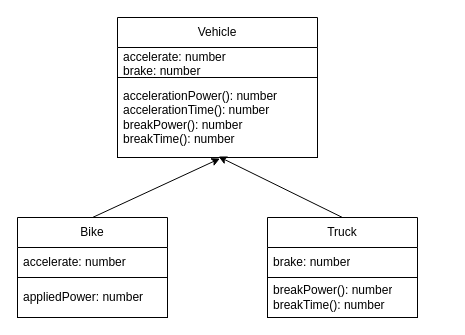
KaitlynIp64/ICS4U-Unit2-Kaitlyn-Ip keeps this draw.io diagram as Unit2-09/Designs/cd.drawio. Above is the earlier version. Source tidied: cells renumbered, new cells numbered last; positions are measured from the earlier drawing's top-left corner, leaving out a move shared by most shapes. Both pictures are drawn from the tidied source at 100%, with x=0, y=0 at pixel (17, 17).
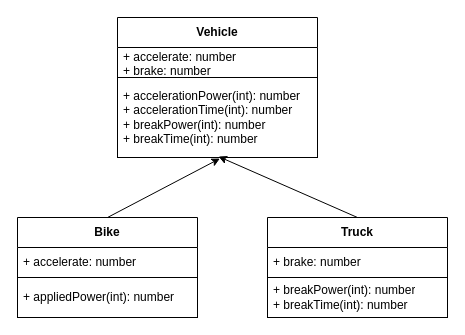
After the change.

Change to the diagram source:
```diff
@@
 <mxGraphModel>
   <root>
     <mxCell id="0" />
     <mxCell id="1" parent="0" />
-    <mxCell id="2" value="Vehicle" style="swimlane;fontStyle=0;horizontal=1;startSize=30;whiteSpace=wrap;html=1;strokeColor=#000000;" parent="1" vertex="1">
+    <mxCell id="2" value="&lt;b&gt;Vehicle&lt;/b&gt;" style="swimlane;fontStyle=0;horizontal=1;startSize=30;whiteSpace=wrap;html=1;strokeColor=#000000;" parent="1" vertex="1">
       <mxGeometry x="100" width="200" height="140" as="geometry" />
     </mxCell>
-    <mxCell id="3" value="accelerate: number&lt;br&gt;brake: number" style="text;strokeColor=none;fillColor=none;align=left;verticalAlign=middle;spacingLeft=4;spacingRight=4;overflow=hidden;whiteSpace=wrap;html=1;" parent="2" vertex="1">
+    <mxCell id="3" value="+ accelerate: number&lt;br&gt;+ brake: number" style="text;strokeColor=none;fillColor=none;align=left;verticalAlign=middle;spacingLeft=4;spacingRight=4;overflow=hidden;whiteSpace=wrap;html=1;" parent="2" vertex="1">
       <mxGeometry y="30" width="200" height="30" as="geometry" />
     </mxCell>
-    <mxCell id="4" value="accelerationPower(): number&lt;br&gt;accelerationTime(): number&lt;br&gt;breakPower(): number&lt;br&gt;breakTime(): number" style="text;strokeColor=#000000;fillColor=none;align=left;verticalAlign=middle;spacingLeft=4;spacingRight=4;overflow=hidden;points=[[0,0.5],[1,0.5]];portConstraint=eastwest;whiteSpace=wrap;html=1;" parent="2" vertex="1">
+    <mxCell id="4" value="+ accelerationPower(int): number&lt;br&gt;+ accelerationTime(int): number&lt;br&gt;+ breakPower(int): number&lt;br&gt;+ breakTime(int): number" style="text;strokeColor=#000000;fillColor=none;align=left;verticalAlign=middle;spacingLeft=4;spacingRight=4;overflow=hidden;points=[[0,0.5],[1,0.5]];portConstraint=eastwest;whiteSpace=wrap;html=1;" parent="2" vertex="1">
       <mxGeometry y="60" width="200" height="80" as="geometry" />
     </mxCell>
     <mxCell id="5" style="edgeStyle=none;html=1;exitX=0.5;exitY=0;exitDx=0;exitDy=0;entryX=0.505;entryY=0.988;entryDx=0;entryDy=0;entryPerimeter=0;" parent="1" edge="1" source="6" target="4">
       <mxGeometry relative="1" as="geometry" />
     </mxCell>
-    <mxCell id="6" value="Truck" style="swimlane;fontStyle=0;horizontal=1;startSize=30;whiteSpace=wrap;html=1;strokeColor=#000000;" parent="1" vertex="1">
-      <mxGeometry x="250" y="200" width="150" height="100" as="geometry" />
+    <mxCell id="6" value="&lt;b&gt;Truck&lt;/b&gt;" style="swimlane;fontStyle=0;horizontal=1;startSize=30;whiteSpace=wrap;html=1;strokeColor=#000000;" parent="1" vertex="1">
+      <mxGeometry x="250" y="200" width="180" height="100" as="geometry" />
     </mxCell>
-    <mxCell id="7" value="brake: number" style="text;strokeColor=none;fillColor=none;align=left;verticalAlign=middle;spacingLeft=4;spacingRight=4;overflow=hidden;whiteSpace=wrap;html=1;" parent="6" vertex="1">
-      <mxGeometry y="30" width="150" height="30" as="geometry" />
+    <mxCell id="7" value="+ brake: number" style="text;strokeColor=none;fillColor=none;align=left;verticalAlign=middle;spacingLeft=4;spacingRight=4;overflow=hidden;whiteSpace=wrap;html=1;" parent="6" vertex="1">
+      <mxGeometry y="30" width="180" height="30" as="geometry" />
     </mxCell>
-    <mxCell id="8" value="breakPower(): number&lt;br&gt;breakTime(): number" style="text;strokeColor=#000000;fillColor=none;align=left;verticalAlign=middle;spacingLeft=4;spacingRight=4;overflow=hidden;whiteSpace=wrap;html=1;" parent="6" vertex="1">
-      <mxGeometry y="60" width="150" height="40" as="geometry" />
+    <mxCell id="8" value="+ breakPower(int): number&lt;br&gt;+ breakTime(int): number" style="text;strokeColor=#000000;fillColor=none;align=left;verticalAlign=middle;spacingLeft=4;spacingRight=4;overflow=hidden;whiteSpace=wrap;html=1;" parent="6" vertex="1">
+      <mxGeometry y="60" width="180" height="40" as="geometry" />
     </mxCell>
     <mxCell id="9" style="edgeStyle=none;html=1;exitX=0.5;exitY=0;exitDx=0;exitDy=0;entryX=0.512;entryY=1.013;entryDx=0;entryDy=0;entryPerimeter=0;" parent="1" edge="1" source="10" target="4">
       <mxGeometry relative="1" as="geometry" />
     </mxCell>
-    <mxCell id="10" value="Bike" style="swimlane;fontStyle=0;horizontal=1;startSize=30;whiteSpace=wrap;html=1;strokeColor=#000000;" parent="1" vertex="1">
-      <mxGeometry y="200" width="150" height="100" as="geometry" />
+    <mxCell id="10" value="&lt;b&gt;Bike&lt;/b&gt;" style="swimlane;fontStyle=0;horizontal=1;startSize=30;whiteSpace=wrap;html=1;strokeColor=#000000;" parent="1" vertex="1">
+      <mxGeometry y="200" width="180" height="100" as="geometry" />
     </mxCell>
-    <mxCell id="11" value="accelerate: number" style="text;strokeColor=none;fillColor=none;align=left;verticalAlign=middle;spacingLeft=4;spacingRight=4;overflow=hidden;whiteSpace=wrap;html=1;" parent="10" vertex="1">
-      <mxGeometry y="30" width="150" height="30" as="geometry" />
+    <mxCell id="11" value="+ accelerate: number" style="text;strokeColor=none;fillColor=none;align=left;verticalAlign=middle;spacingLeft=4;spacingRight=4;overflow=hidden;whiteSpace=wrap;html=1;" parent="10" vertex="1">
+      <mxGeometry y="30" width="180" height="30" as="geometry" />
     </mxCell>
-    <mxCell id="12" value="appliedPower: number" style="text;strokeColor=#000000;fillColor=none;align=left;verticalAlign=middle;spacingLeft=4;spacingRight=4;overflow=hidden;whiteSpace=wrap;html=1;" parent="10" vertex="1">
-      <mxGeometry y="60" width="150" height="40" as="geometry" />
+    <mxCell id="12" value="+ appliedPower(int): number" style="text;strokeColor=#000000;fillColor=none;align=left;verticalAlign=middle;spacingLeft=4;spacingRight=4;overflow=hidden;whiteSpace=wrap;html=1;" parent="10" vertex="1">
+      <mxGeometry y="60" width="180" height="40" as="geometry" />
     </mxCell>
   </root>
 </mxGraphModel>
```
